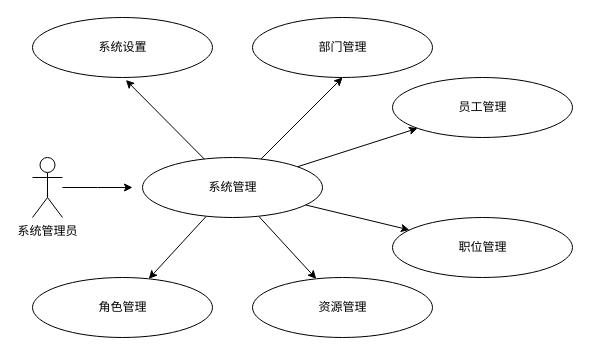
Earlier version of the draw.io diagram page "ent_manager_10" (2 of 2) of src/home/xiaodan/ent_manager.drawio (ab-doc/draw.io). Source tidied: cells renumbered, new cells numbered last; positions are measured from the earlier drawing's top-left corner, leaving out a move shared by most shapes. Both pictures are drawn from the tidied source at 100%, with x=0, y=0 at pixel (32, 17).
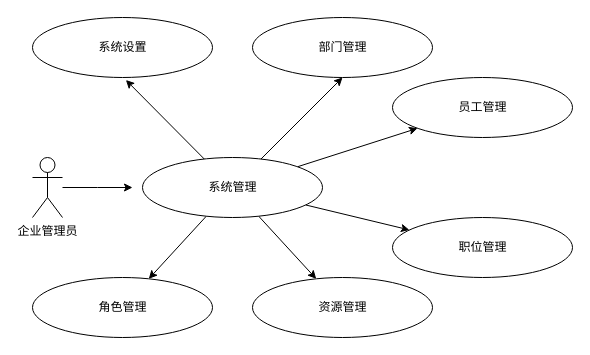
The same page after the edit.

Diff of the diagram source:
```diff
@@
-    <mxCell id="3" value="系统管理员" style="shape=umlActor;verticalLabelPosition=bottom;verticalAlign=top;html=1;" parent="1" vertex="1">
+    <mxCell id="3" value="企业管理员" style="shape=umlActor;verticalLabelPosition=bottom;verticalAlign=top;html=1;" parent="1" vertex="1">
       <mxGeometry y="140" width="30" height="60" as="geometry" />
     </mxCell>
```
